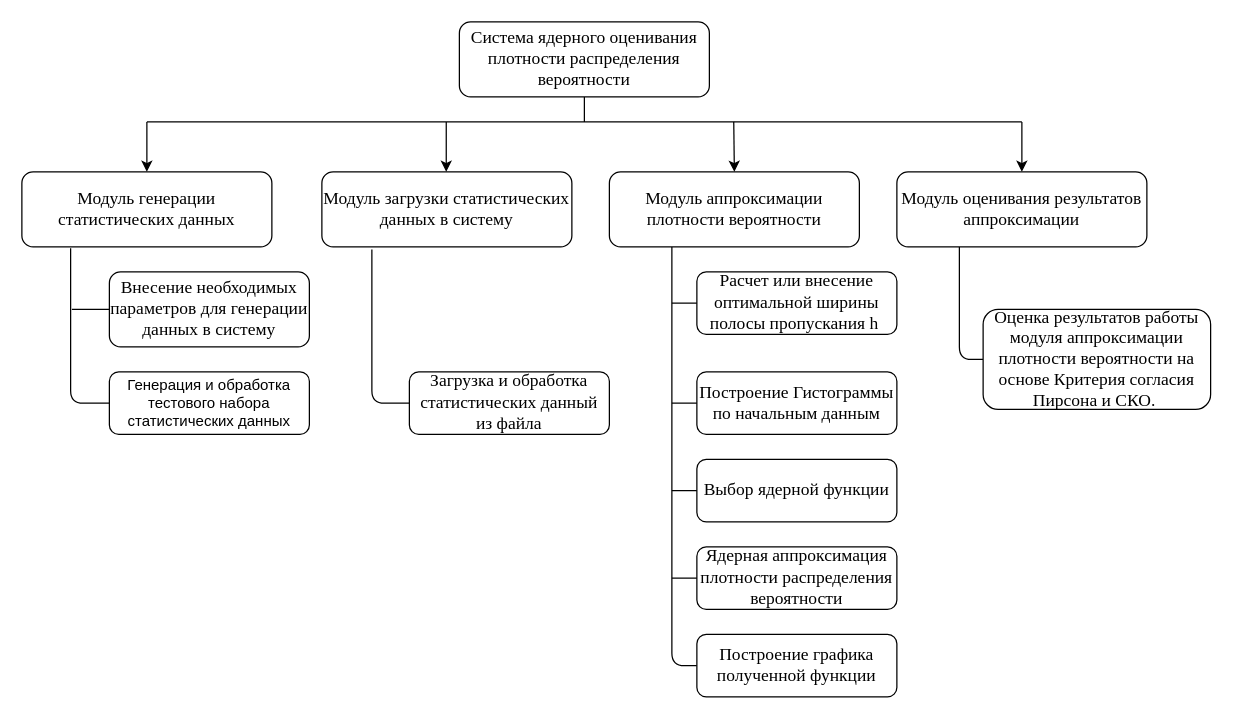
This is page "Page-1" (1 of 4) of Untitled Diagram.drawio from RostislavOl/schemas, a draw.io file, before an edit. Source tidied: cells renumbered, new cells numbered last; positions are measured from the earlier drawing's top-left corner, leaving out a move shared by most shapes. Both pictures are drawn from the tidied source at 125%, with x=0, y=0 at pixel (21, 21).
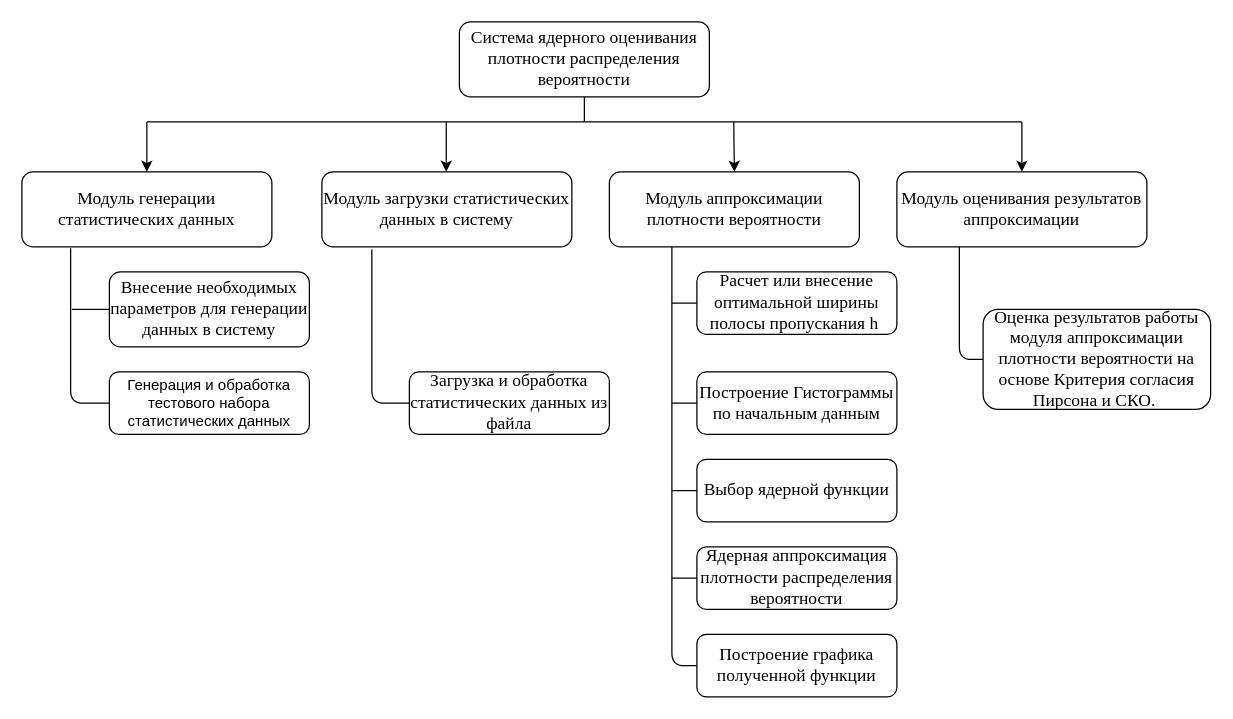
After the change.

Change to the diagram source:
```diff
@@
-    <mxCell id="19" value="&lt;font face=&quot;Times New Roman&quot; style=&quot;font-size: 14px&quot;&gt;Загрузка и обработка статистических данный из файла&lt;/font&gt;" style="rounded=1;whiteSpace=wrap;html=1;" parent="1" vertex="1">
+    <mxCell id="19" value="&lt;font face=&quot;Times New Roman&quot; style=&quot;font-size: 14px&quot;&gt;Загрузка и обработка статистических данных из файла&lt;/font&gt;" style="rounded=1;whiteSpace=wrap;html=1;" parent="1" vertex="1">
       <mxGeometry x="310" y="280" width="160" height="50" as="geometry" />
     </mxCell>
```
